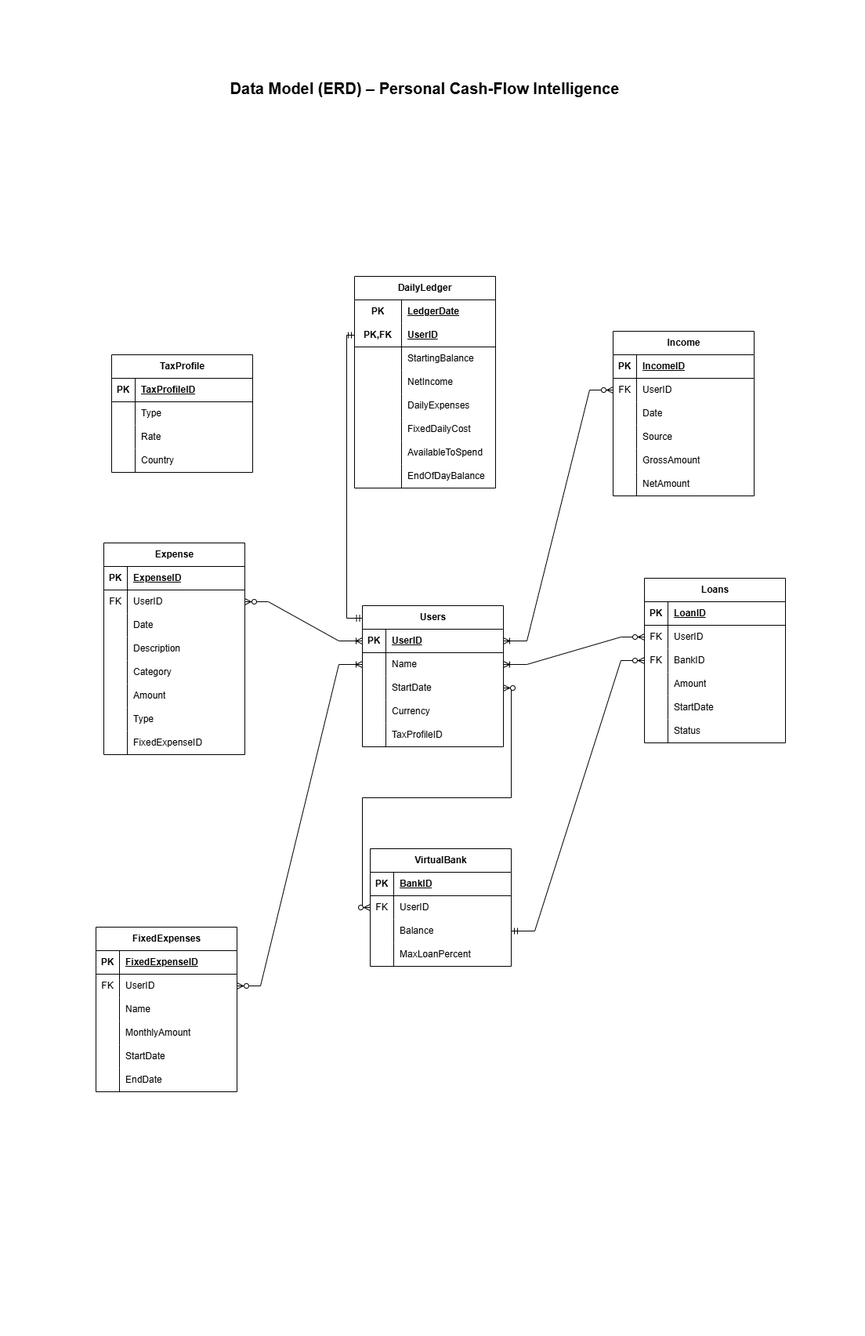
Above: docs/ERD.png in Ali-Karbasi/personal-cashflow-intelligence (draw.io), before the change. Source tidied: cells renumbered, new cells last; positions are measured from the earlier drawing's top-left corner, leaving out a move shared by most shapes.
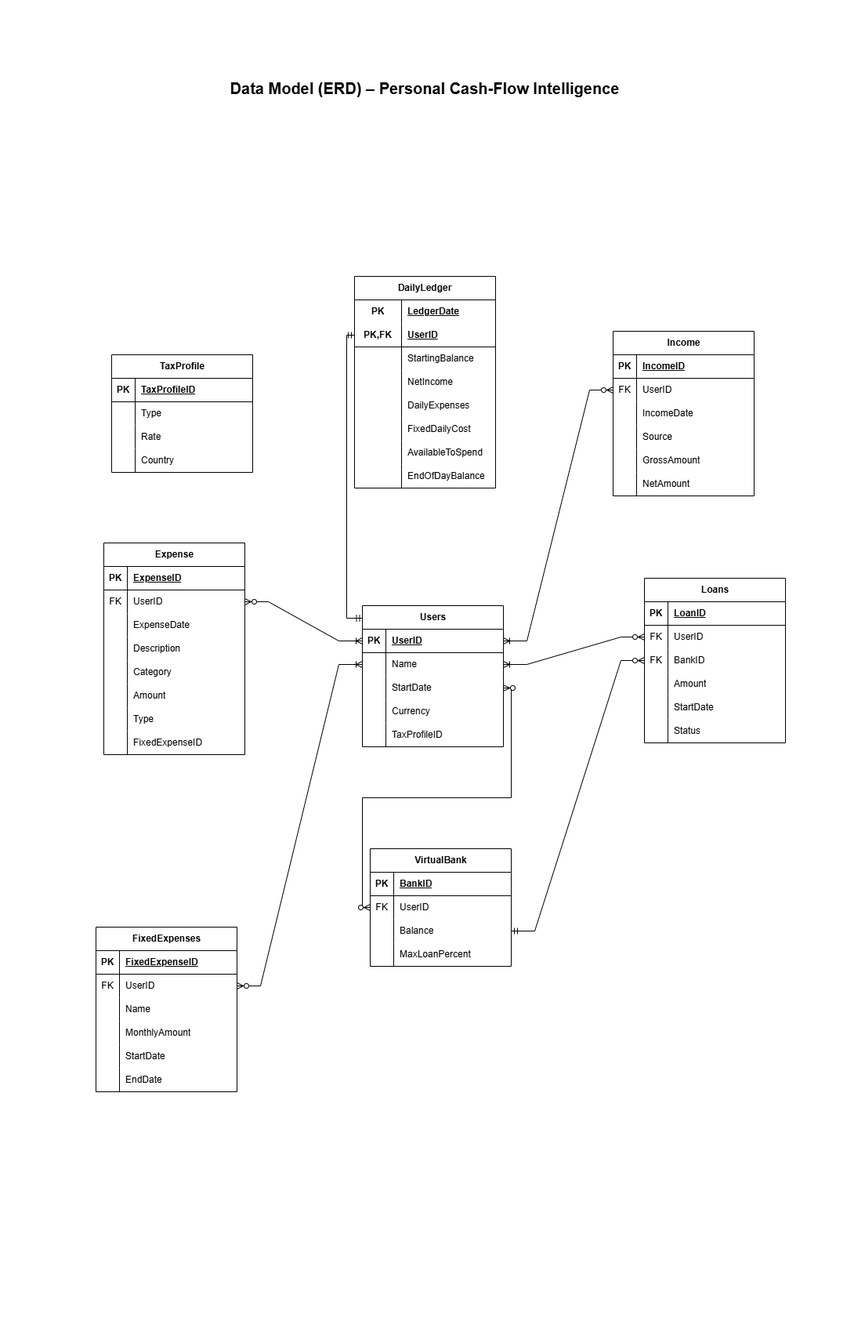
The same diagram one commit later.

Commit message:
clarify Dates in diagram

What changed in the source:
```diff
@@ -29,7 +29,7 @@
     <mxCell id="10" style="shape=partialRectangle;fillColor=none;top=0;left=0;bottom=0;right=0;overflow=hidden;whiteSpace=wrap;html=1;" parent="9" vertex="1">
       <mxGeometry width="30" height="30" as="geometry" />
     </mxCell>
-    <mxCell id="11" value="Date" style="shape=partialRectangle;fillColor=none;top=0;left=0;bottom=0;right=0;align=left;spacingLeft=6;overflow=hidden;whiteSpace=wrap;html=1;" parent="9" vertex="1">
+    <mxCell id="11" value="IncomeDate" style="shape=partialRectangle;fillColor=none;top=0;left=0;bottom=0;right=0;align=left;spacingLeft=6;overflow=hidden;whiteSpace=wrap;html=1;" parent="9" vertex="1">
       <mxGeometry x="30" width="150" height="30" as="geometry" />
     </mxCell>
     <mxCell id="12" style="shape=tableRow;horizontal=0;startSize=0;swimlaneHead=0;swimlaneBody=0;fillColor=none;top=0;left=0;right=0;bottom=0;" parent="2" vertex="1">
@@ -86,7 +86,7 @@
     <mxCell id="29" style="shape=partialRectangle;fillColor=none;top=0;left=0;bottom=0;right=0;overflow=hidden;whiteSpace=wrap;html=1;" parent="28" vertex="1">
       <mxGeometry width="30" height="30" as="geometry" />
     </mxCell>
-    <mxCell id="30" value="Date" style="shape=partialRectangle;fillColor=none;top=0;left=0;bottom=0;right=0;align=left;spacingLeft=6;overflow=hidden;whiteSpace=wrap;html=1;" parent="28" vertex="1">
+    <mxCell id="30" value="ExpenseDate" style="shape=partialRectangle;fillColor=none;top=0;left=0;bottom=0;right=0;align=left;spacingLeft=6;overflow=hidden;whiteSpace=wrap;html=1;" parent="28" vertex="1">
       <mxGeometry x="30" width="150" height="30" as="geometry" />
     </mxCell>
     <mxCell id="31" style="shape=tableRow;horizontal=0;startSize=0;swimlaneHead=0;swimlaneBody=0;fillColor=none;top=0;left=0;right=0;bottom=0;" parent="21" vertex="1">
```
